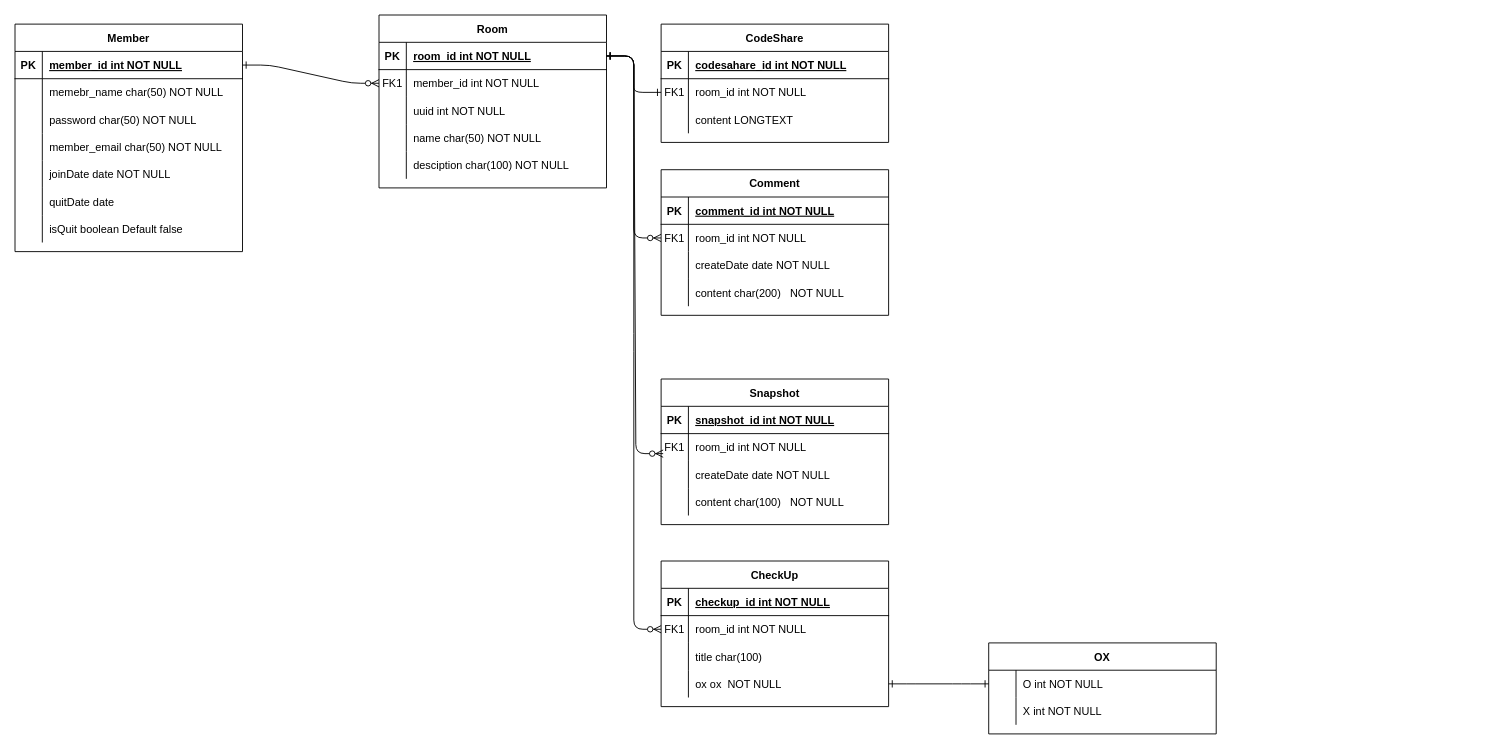
study-management-project/BE keeps this draw.io diagram as ERD.drawio. Above is the earlier version. Source tidied: cells renumbered, new cells numbered last; positions are measured from the earlier drawing's top-left corner, leaving out a move shared by most shapes. Both pictures are drawn from the tidied source at 91%, with x=0, y=0 at pixel (15, 15).
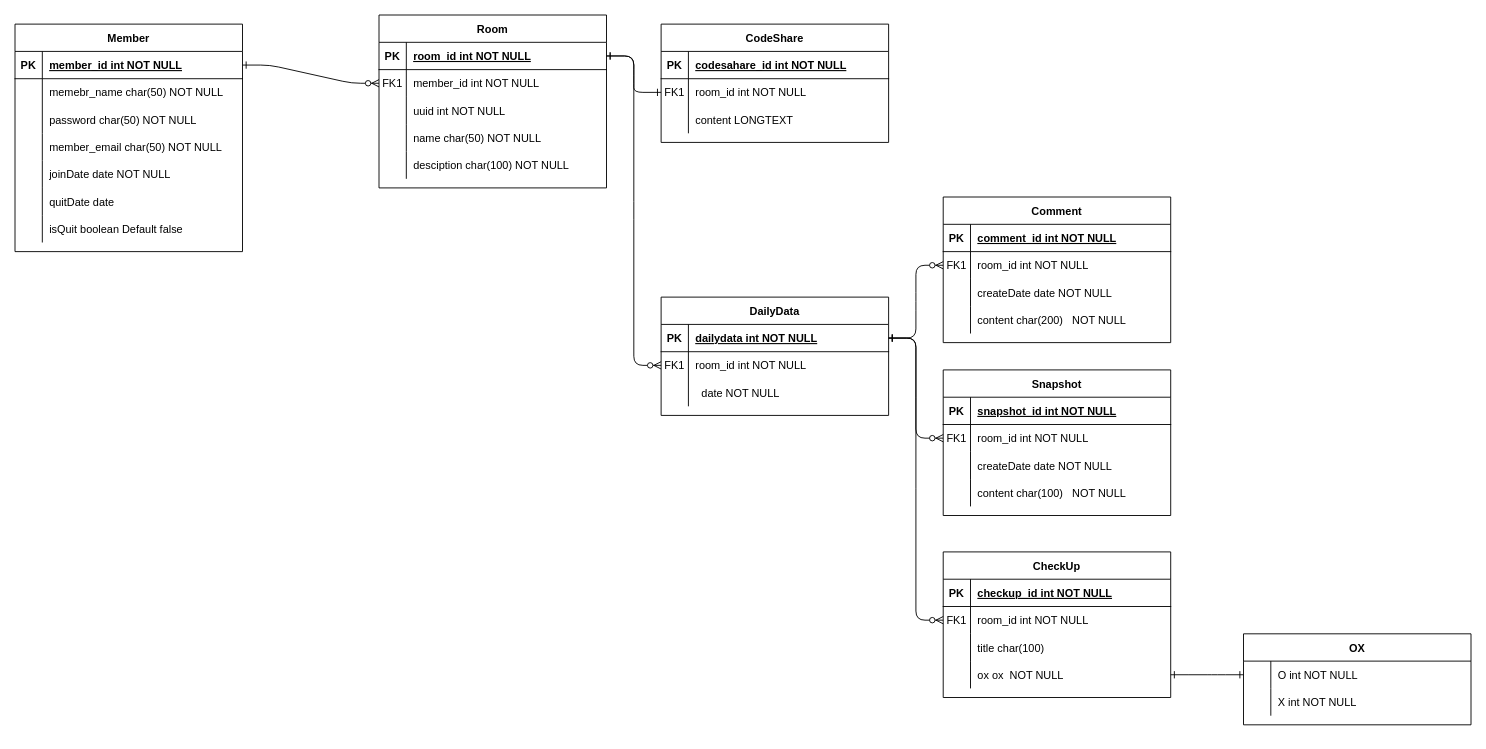
The same page after the edit.

The change refers to these unchanged cells:
```xml
<mxCell id="4" style="shape=partialRectangle;fillColor=none;points=[[0,0.5],[1,0.5]];portConstraint=eastwest;top=0;left=0;right=0;bottom=1;" parent="3" vertex="1">
  <mxGeometry y="30" width="250" height="30" as="geometry" />
</mxCell>
<mxCell id="55" style="shape=partialRectangle;fillColor=none;points=[[0,0.5],[1,0.5]];portConstraint=eastwest;top=0;left=0;right=0;bottom=0;" parent="51" vertex="1">
  <mxGeometry y="60" width="250" height="30" as="geometry" />
</mxCell>
<mxCell id="75" style="shape=partialRectangle;fillColor=none;points=[[0,0.5],[1,0.5]];portConstraint=eastwest;top=0;left=0;right=0;bottom=0;" parent="71" vertex="1">
  <mxGeometry y="60" width="250" height="30" as="geometry" />
</mxCell>
<mxCell id="88" style="shape=partialRectangle;fillColor=none;points=[[0,0.5],[1,0.5]];portConstraint=eastwest;top=0;left=0;right=0;bottom=0;" parent="84" vertex="1">
  <mxGeometry y="60" width="250" height="30" as="geometry" />
</mxCell>
```

Change to the diagram source:
```diff
@@
     <mxCell id="51" value="CheckUp" style="shape=table;startSize=30;childLayout=tableLayout;rowLines=0;fontStyle=1;align=center;" parent="1" vertex="1">
-      <mxGeometry x="710" y="600" width="250" height="160" as="geometry" />
+      <mxGeometry x="1020" y="590" width="250" height="160" as="geometry" />
     </mxCell>
@@
     <mxCell id="64" value="OX" style="shape=table;startSize=30;childLayout=tableLayout;rowLines=0;fontStyle=1;align=center;" parent="1" vertex="1">
-      <mxGeometry x="1070" y="690" width="250" height="100" as="geometry" />
+      <mxGeometry x="1350" y="680" width="250" height="100" as="geometry" />
     </mxCell>
@@
     <mxCell id="71" value="Comment" style="shape=table;startSize=30;childLayout=tableLayout;rowLines=0;fontStyle=1;align=center;" parent="1" vertex="1">
-      <mxGeometry x="710" y="170" width="250" height="160" as="geometry" />
+      <mxGeometry x="1020" y="200" width="250" height="160" as="geometry" />
     </mxCell>
@@
     <mxCell id="84" value="Snapshot" style="shape=table;startSize=30;childLayout=tableLayout;rowLines=0;fontStyle=1;align=center;" parent="1" vertex="1">
-      <mxGeometry x="710" y="400" width="250" height="160" as="geometry" />
+      <mxGeometry x="1020" y="390" width="250" height="160" as="geometry" />
     </mxCell>
@@
-    <mxCell id="97" style="edgeStyle=entityRelationEdgeStyle;endArrow=ERzeroToMany;startArrow=ERone;endFill=1;startFill=0;entryX=0.009;entryY=0.733;entryDx=0;entryDy=0;entryPerimeter=0;exitX=1;exitY=0.5;exitDx=0;exitDy=0;" parent="1" edge="1" source="4" target="88">
+    <mxCell id="97" style="edgeStyle=entityRelationEdgeStyle;endArrow=ERzeroToMany;startArrow=ERone;endFill=1;startFill=0;" parent="1" edge="1" source="103" target="88">
       <mxGeometry relative="1" as="geometry">
         <Array as="points">
           <mxPoint x="690" y="660" />
         </Array>
       </mxGeometry>
     </mxCell>
-    <mxCell id="98" style="edgeStyle=entityRelationEdgeStyle;endArrow=ERzeroToMany;startArrow=ERone;endFill=1;startFill=0;entryX=0;entryY=0.5;entryDx=0;entryDy=0;" parent="1" edge="1" target="55">
+    <mxCell id="98" style="edgeStyle=entityRelationEdgeStyle;endArrow=ERzeroToMany;startArrow=ERone;endFill=1;startFill=0;" parent="1" edge="1" source="103" target="55">
       <mxGeometry relative="1" as="geometry">
-        <mxPoint x="650" y="45" as="sourcePoint" />
         <Array as="points">
           <mxPoint x="710" y="656" />
         </Array>
       </mxGeometry>
     </mxCell>
-    <mxCell id="99" style="edgeStyle=entityRelationEdgeStyle;endArrow=ERzeroToMany;startArrow=ERone;endFill=1;startFill=0;entryX=0;entryY=0.5;entryDx=0;entryDy=0;" parent="1" edge="1" target="75">
+    <mxCell id="99" style="edgeStyle=entityRelationEdgeStyle;endArrow=ERzeroToMany;startArrow=ERone;endFill=1;startFill=0;" parent="1" edge="1" source="103" target="75">
       <mxGeometry relative="1" as="geometry">
-        <mxPoint x="650" y="45" as="sourcePoint" />
         <Array as="points">
           <mxPoint x="730" y="666" />
         </Array>
       </mxGeometry>
     </mxCell>
@@
+    <mxCell id="102" value="DailyData" style="shape=table;startSize=30;childLayout=tableLayout;rowLines=0;fontStyle=1;align=center;" parent="1" vertex="1">
+      <mxGeometry x="710" y="310" width="250" height="130" as="geometry" />
+    </mxCell>
+    <mxCell id="103" style="shape=partialRectangle;fillColor=none;points=[[0,0.5],[1,0.5]];portConstraint=eastwest;top=0;left=0;right=0;bottom=1;" parent="102" vertex="1">
+      <mxGeometry y="30" width="250" height="30" as="geometry" />
+    </mxCell>
+    <mxCell id="104" value="PK" style="shape=partialRectangle;overflow=hidden;fillColor=none;top=0;left=0;bottom=0;right=0;fontStyle=1;" parent="103" vertex="1">
+      <mxGeometry width="30" height="30" as="geometry" />
+    </mxCell>
+    <mxCell id="105" value="dailydata int NOT NULL " style="shape=partialRectangle;overflow=hidden;fillColor=none;top=0;left=0;bottom=0;right=0;align=left;spacingLeft=6;fontStyle=5;" parent="103" vertex="1">
+      <mxGeometry x="30" width="220" height="30" as="geometry" />
+    </mxCell>
+    <mxCell id="106" style="shape=partialRectangle;fillColor=none;points=[[0,0.5],[1,0.5]];portConstraint=eastwest;top=0;left=0;right=0;bottom=0;" parent="102" vertex="1">
+      <mxGeometry y="60" width="250" height="30" as="geometry" />
+    </mxCell>
+    <mxCell id="107" value="FK1" style="shape=partialRectangle;overflow=hidden;fillColor=none;top=0;left=0;bottom=0;right=0;" parent="106" vertex="1">
+      <mxGeometry width="30" height="30" as="geometry" />
+    </mxCell>
+    <mxCell id="108" value="room_id int NOT NULL" style="shape=partialRectangle;overflow=hidden;fillColor=none;top=0;left=0;bottom=0;right=0;align=left;spacingLeft=6;" parent="106" vertex="1">
+      <mxGeometry x="30" width="220" height="30" as="geometry" />
+    </mxCell>
+    <mxCell id="109" style="shape=partialRectangle;fillColor=none;top=0;left=0;right=0;bottom=0;" parent="102" vertex="1">
+      <mxGeometry y="90" width="250" height="30" as="geometry" />
+    </mxCell>
+    <mxCell id="110" style="shape=partialRectangle;overflow=hidden;fillColor=none;top=0;left=0;bottom=0;right=0;" parent="109" vertex="1">
+      <mxGeometry width="30" height="30" as="geometry" />
+    </mxCell>
+    <mxCell id="111" value="  date NOT NULL" style="shape=partialRectangle;overflow=hidden;fillColor=none;top=0;left=0;bottom=0;right=0;align=left;spacingLeft=6;" parent="109" vertex="1">
+      <mxGeometry x="30" width="220" height="30" as="geometry" />
+    </mxCell>
+    <mxCell id="112" style="edgeStyle=entityRelationEdgeStyle;endArrow=ERzeroToMany;startArrow=ERone;endFill=1;startFill=0;" parent="1" edge="1" source="4" target="106">
+      <mxGeometry relative="1" as="geometry">
+        <Array as="points">
+          <mxPoint x="550" y="571" />
+        </Array>
+      </mxGeometry>
+    </mxCell>
```
